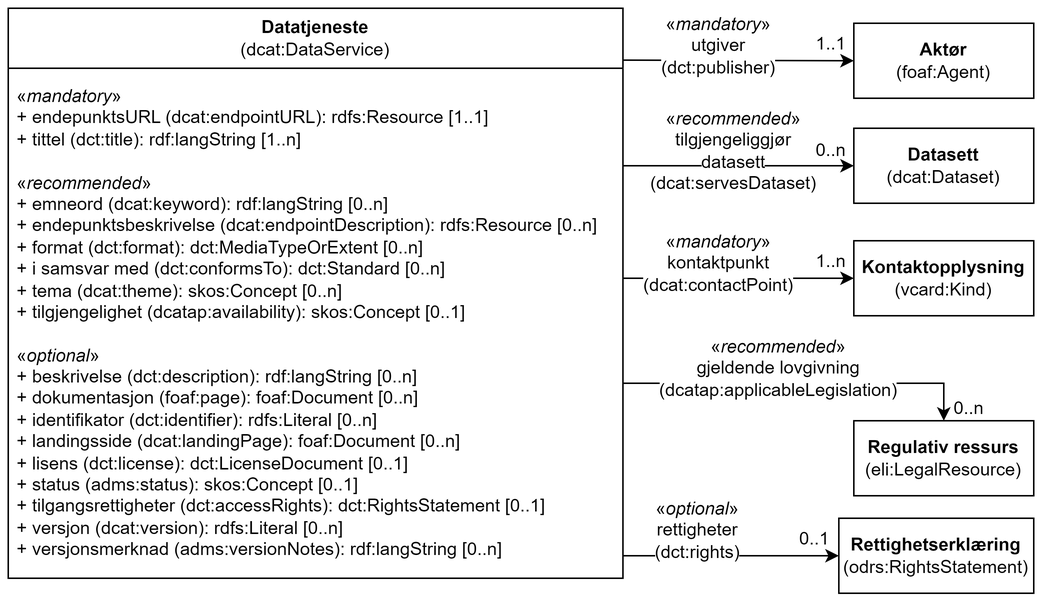
Informasjonsforvaltning/dcat-ap-no keeps this draw.io diagram as docs/images/Klassen-Datatjeneste.png. Above is the earlier version. Source tidied: cells renumbered, new cells last; positions are measured from the earlier drawing's top-left corner, leaving out a move shared by most shapes.
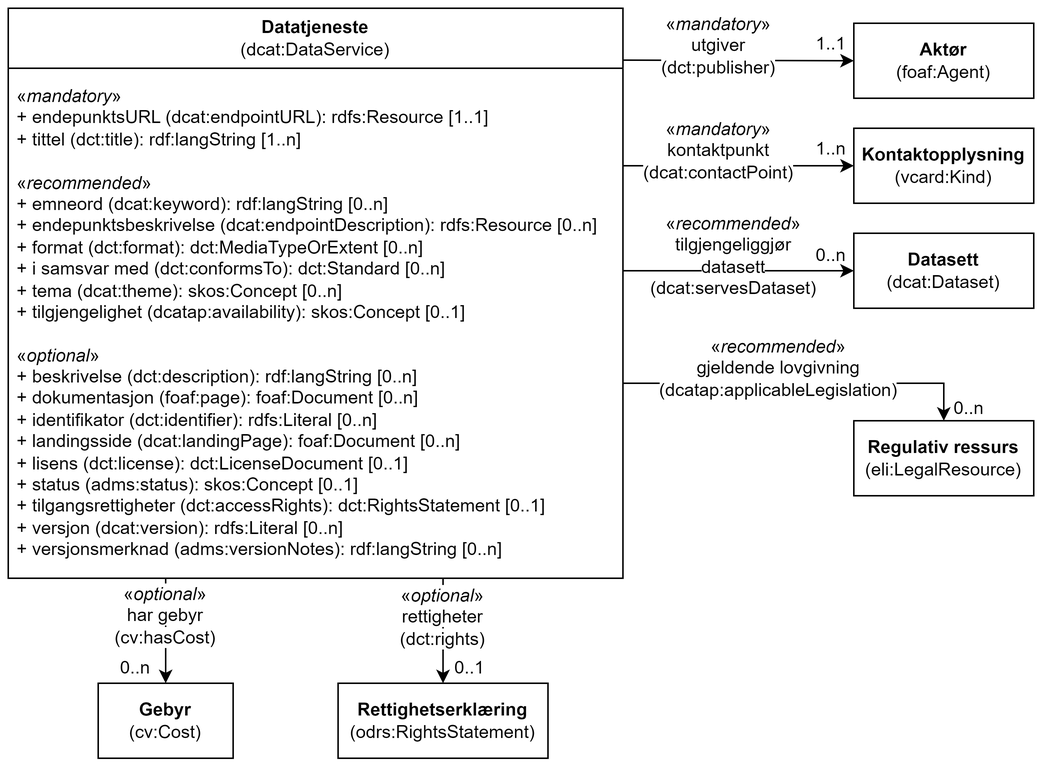
The same diagram one commit later.

Diff of the diagram source:
```diff
@@ -15,7 +15,7 @@
       <mxGeometry x="564" y="10" width="120" height="50" as="geometry" />
     </mxCell>
     <mxCell id="6" value="&lt;b&gt;Datasett&lt;/b&gt;&lt;br&gt;(dcat:Dataset)" style="rounded=0;whiteSpace=wrap;html=1;" parent="1" vertex="1">
-      <mxGeometry x="564" y="80" width="120" height="50" as="geometry" />
+      <mxGeometry x="564" y="150" width="120" height="50" as="geometry" />
     </mxCell>
     <mxCell id="7" value="&lt;div&gt;&lt;span style=&quot;background-color: rgb(255, 255, 255);&quot;&gt;«&lt;i style=&quot;&quot;&gt;mandatory&lt;/i&gt;»&lt;/span&gt;&lt;/div&gt;&lt;div&gt;&lt;span style=&quot;background-color: rgb(255, 255, 255);&quot;&gt;utgiver (dct:publisher)&lt;/span&gt;&lt;/div&gt;" style="text;html=1;strokeColor=none;fillColor=none;align=center;verticalAlign=middle;whiteSpace=wrap;rounded=0;" parent="1" vertex="1">
       <mxGeometry x="444" y="10" width="60" height="30" as="geometry" />
@@ -24,29 +24,29 @@
       <mxGeometry x="534" y="14" width="30" height="20" as="geometry" />
     </mxCell>
     <mxCell id="9" value="0..n" style="text;html=1;strokeColor=none;fillColor=none;align=center;verticalAlign=middle;whiteSpace=wrap;rounded=0;" parent="1" vertex="1">
-      <mxGeometry x="534" y="85" width="30" height="20" as="geometry" />
+      <mxGeometry x="534" y="155" width="30" height="20" as="geometry" />
     </mxCell>
     <mxCell id="10" style="endArrow=classic;html=1;rounded=0;entryX=0;entryY=0.5;entryDx=0;entryDy=0;" parent="1" edge="1" target="6">
       <mxGeometry relative="1" as="geometry">
-        <mxPoint x="410" y="105" as="sourcePoint" />
+        <mxPoint x="410" y="175" as="sourcePoint" />
       </mxGeometry>
     </mxCell>
     <mxCell id="11" value="&lt;div&gt;&lt;span style=&quot;background-color: rgb(255, 255, 255);&quot;&gt;«&lt;i&gt;recommended&lt;/i&gt;»&lt;/span&gt;&lt;/div&gt;&lt;div&gt;&lt;span style=&quot;background-color: rgb(255, 255, 255);&quot;&gt;tilgjengeliggjør datasett (dcat:servesDataset)&lt;/span&gt;&lt;/div&gt;" style="text;html=1;strokeColor=none;fillColor=none;align=center;verticalAlign=middle;whiteSpace=wrap;rounded=0;" parent="1" vertex="1">
-      <mxGeometry x="454" y="80" width="60" height="30" as="geometry" />
+      <mxGeometry x="454" y="150" width="60" height="30" as="geometry" />
     </mxCell>
     <mxCell id="12" value="&lt;b&gt;Kontaktopplysning&lt;/b&gt;&lt;br&gt;(vcard:Kind)" style="html=1;whiteSpace=wrap;" parent="1" vertex="1">
-      <mxGeometry x="564" y="155" width="120" height="50" as="geometry" />
+      <mxGeometry x="564" y="80" width="120" height="50" as="geometry" />
     </mxCell>
     <mxCell id="13" style="endArrow=classic;html=1;rounded=0;entryX=0;entryY=0.5;entryDx=0;entryDy=0;" parent="1" edge="1" target="12">
       <mxGeometry relative="1" as="geometry">
-        <mxPoint x="410" y="180" as="sourcePoint" />
+        <mxPoint x="410" y="105" as="sourcePoint" />
       </mxGeometry>
     </mxCell>
     <mxCell id="14" value="&lt;span style=&quot;background-color: rgb(255, 255, 255);&quot;&gt;«&lt;i style=&quot;border-color: var(--border-color); text-align: left;&quot;&gt;mandatory&lt;/i&gt;&lt;span style=&quot;text-align: left;&quot;&gt;»&lt;br&gt;&lt;/span&gt;kontaktpunkt&lt;br&gt;(dcat:contactPoint)&lt;/span&gt;" style="text;html=1;strokeColor=none;fillColor=none;align=center;verticalAlign=middle;whiteSpace=wrap;rounded=0;" parent="1" vertex="1">
-      <mxGeometry x="444" y="155" width="60" height="30" as="geometry" />
+      <mxGeometry x="444" y="80" width="60" height="30" as="geometry" />
     </mxCell>
     <mxCell id="15" value="&lt;span style=&quot;background-color: rgb(255, 255, 255);&quot;&gt;1..n&lt;/span&gt;" style="text;html=1;strokeColor=none;fillColor=none;align=center;verticalAlign=middle;whiteSpace=wrap;rounded=0;" parent="1" vertex="1">
-      <mxGeometry x="534" y="159" width="30" height="20" as="geometry" />
+      <mxGeometry x="534" y="84" width="30" height="20" as="geometry" />
     </mxCell>
     <mxCell id="16" value="&lt;b&gt;Regulativ ressurs&lt;/b&gt;&lt;br&gt;(eli:LegalResource)" style="html=1;whiteSpace=wrap;" parent="1" vertex="1">
       <mxGeometry x="564" y="275" width="120" height="50" as="geometry" />
@@ -66,18 +66,32 @@
       <mxGeometry x="484" y="225" width="60" height="30" as="geometry" />
     </mxCell>
     <mxCell id="20" value="&lt;b style=&quot;&quot;&gt;Rettighetserklæring&lt;/b&gt;&lt;br&gt;(odrs:RightsStatement)" style="html=1;whiteSpace=wrap;" parent="1" vertex="1">
-      <mxGeometry x="554" y="340" width="130" height="50" as="geometry" />
+      <mxGeometry x="220" y="450" width="140" height="50" as="geometry" />
     </mxCell>
-    <mxCell id="21" style="endArrow=classic;html=1;rounded=0;entryX=0;entryY=0.5;entryDx=0;entryDy=0;" parent="1" edge="1" target="20">
+    <mxCell id="21" style="endArrow=classic;html=1;rounded=0;" parent="1" edge="1" target="20">
       <mxGeometry relative="1" as="geometry">
-        <mxPoint x="410" y="365" as="sourcePoint" />
+        <mxPoint x="290" y="380" as="sourcePoint" />
       </mxGeometry>
     </mxCell>
     <mxCell id="22" value="&lt;span style=&quot;background-color: rgb(255, 255, 255);&quot;&gt;«&lt;i style=&quot;&quot;&gt;optional&lt;/i&gt;»&lt;br&gt;&lt;span style=&quot;color: rgb(0, 0, 0); font-family: Helvetica; font-size: 12px; font-style: normal; font-variant-ligatures: normal; font-variant-caps: normal; font-weight: 400; letter-spacing: normal; orphans: 2; text-align: left; text-indent: 0px; text-transform: none; widows: 2; word-spacing: 0px; -webkit-text-stroke-width: 0px; white-space: normal; text-decoration-thickness: initial; text-decoration-style: initial; text-decoration-color: initial; float: none; display: inline !important;&quot;&gt;rettigheter (dct:rights)&lt;/span&gt;&lt;/span&gt;&lt;div&gt;&lt;br&gt;&lt;/div&gt;" style="text;html=1;align=center;verticalAlign=middle;whiteSpace=wrap;rounded=0;" parent="1" vertex="1">
-      <mxGeometry x="430" y="340" width="60" height="30" as="geometry" />
+      <mxGeometry x="260" y="398" width="60" height="30" as="geometry" />
     </mxCell>
     <mxCell id="23" value="&lt;span style=&quot;background-color: rgb(255, 255, 255);&quot;&gt;0..1&lt;/span&gt;" style="text;html=1;strokeColor=none;fillColor=none;align=center;verticalAlign=middle;whiteSpace=wrap;rounded=0;" parent="1" vertex="1">
-      <mxGeometry x="522" y="344" width="32" height="20" as="geometry" />
+      <mxGeometry x="292" y="430" width="32" height="20" as="geometry" />
     </mxCell>
+    <mxCell id="24" value="&lt;b style=&quot;&quot;&gt;Gebyr&lt;/b&gt;&lt;br&gt;(cv:Cost)" style="html=1;whiteSpace=wrap;labelBackgroundColor=none;fillColor=#FFFFFF;" parent="1" vertex="1">
+      <mxGeometry x="60" y="450" width="90" height="50" as="geometry" />
+    </mxCell>
+    <mxCell id="25" style="endArrow=classic;html=1;rounded=0;entryX=0.5;entryY=0;entryDx=0;entryDy=0;" parent="1" edge="1" target="24">
+      <mxGeometry relative="1" as="geometry">
+        <mxPoint x="105" y="380" as="sourcePoint" />
+      </mxGeometry>
+    </mxCell>
+    <mxCell id="26" value="&lt;span style=&quot;background-color: rgb(255, 255, 255);&quot;&gt;«&lt;i style=&quot;border-color: var(--border-color);&quot;&gt;optional&lt;/i&gt;»&lt;br&gt;har gebyr&lt;br&gt;(cv:hasCost)&lt;/span&gt;" style="text;html=1;strokeColor=none;fillColor=none;align=center;verticalAlign=middle;whiteSpace=wrap;rounded=0;" parent="1" vertex="1">
+      <mxGeometry x="75" y="390" width="60" height="30" as="geometry" />
+    </mxCell>
+    <mxCell id="27" value="0..n" style="text;html=1;strokeColor=none;fillColor=none;align=center;verticalAlign=middle;whiteSpace=wrap;rounded=0;" parent="1" vertex="1">
+      <mxGeometry x="70" y="430" width="30" height="20" as="geometry" />
+    </mxCell>
   </root>
 </mxGraphModel>
```
